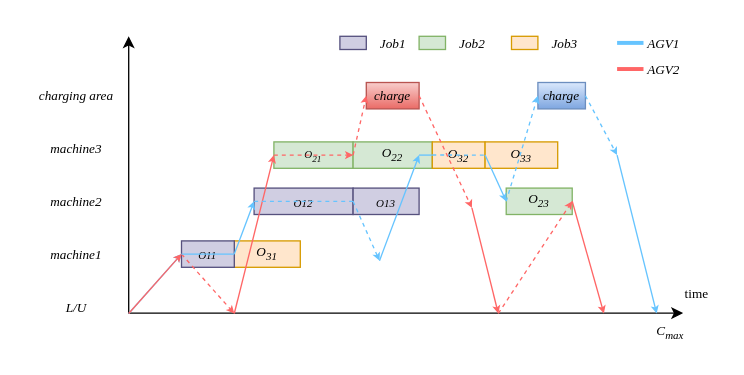
Before: gante.drawio in aslongaslihappy/algorithm, a draw.io diagram. Source tidied: cells renumbered, new cells numbered last; positions are measured from the earlier drawing's top-left corner, leaving out a move shared by most shapes. Both pictures are drawn from the tidied source at 132%, with x=0, y=0 at pixel (22, 22).
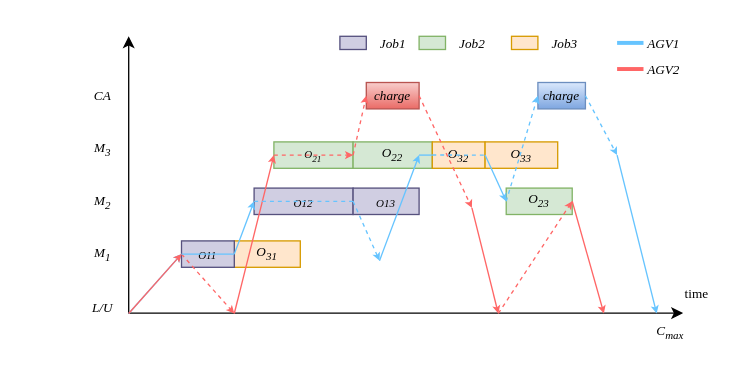
After the change.

Diff of the diagram source:
```diff
@@
     <mxCell id="4" value="&lt;font style=&quot;font-size: 10px;&quot; face=&quot;Times New Roman&quot;&gt;&lt;i&gt;L/U&lt;/i&gt;&lt;/font&gt;" style="text;html=1;align=center;verticalAlign=middle;strokeColor=none;fillColor=none;" parent="1" vertex="1">
-      <mxGeometry x="20" y="200" width="40" height="30" as="geometry" />
+      <mxGeometry x="40" y="200" width="40" height="30" as="geometry" />
     </mxCell>
-    <mxCell id="5" value="&lt;i style=&quot;font-family: &amp;quot;Times New Roman&amp;quot;; font-size: 10px;&quot;&gt;machine1&lt;/i&gt;" style="text;html=1;align=center;verticalAlign=middle;strokeColor=none;fillColor=none;" parent="1" vertex="1">
-      <mxGeometry x="10" y="160" width="60" height="30" as="geometry" />
+    <mxCell id="5" value="&lt;i style=&quot;font-family: &amp;quot;Times New Roman&amp;quot;; font-size: 10px;&quot;&gt;M&lt;sub&gt;1&lt;/sub&gt;&lt;/i&gt;" style="text;html=1;align=center;verticalAlign=middle;strokeColor=none;fillColor=none;" parent="1" vertex="1">
+      <mxGeometry x="40" y="160" width="40" height="30" as="geometry" />
     </mxCell>
-    <mxCell id="6" value="&lt;i style=&quot;font-family: &amp;quot;Times New Roman&amp;quot;; font-size: 10px;&quot;&gt;machine2&lt;/i&gt;" style="text;html=1;align=center;verticalAlign=middle;strokeColor=none;fillColor=none;" parent="1" vertex="1">
-      <mxGeometry x="10" y="120" width="60" height="30" as="geometry" />
+    <mxCell id="6" value="&lt;i style=&quot;font-family: &amp;quot;Times New Roman&amp;quot;; font-size: 10px;&quot;&gt;M&lt;sub&gt;2&lt;/sub&gt;&lt;/i&gt;" style="text;html=1;align=center;verticalAlign=middle;strokeColor=none;fillColor=none;" parent="1" vertex="1">
+      <mxGeometry x="40" y="120" width="40" height="30" as="geometry" />
     </mxCell>
-    <mxCell id="7" value="&lt;font face=&quot;Times New Roman&quot;&gt;&lt;span style=&quot;font-size: 10px;&quot;&gt;&lt;i&gt;charging area&lt;/i&gt;&lt;/span&gt;&lt;/font&gt;" style="text;html=1;align=center;verticalAlign=middle;strokeColor=none;fillColor=none;" parent="1" vertex="1">
-      <mxGeometry y="40" width="80" height="30" as="geometry" />
+    <mxCell id="7" value="&lt;font face=&quot;Times New Roman&quot;&gt;&lt;span style=&quot;font-size: 10px;&quot;&gt;&lt;i&gt;CA&lt;/i&gt;&lt;/span&gt;&lt;/font&gt;" style="text;html=1;align=center;verticalAlign=middle;strokeColor=none;fillColor=none;" parent="1" vertex="1">
+      <mxGeometry x="40" y="40" width="40" height="30" as="geometry" />
     </mxCell>
@@
-    <mxCell id="33" value="&lt;i style=&quot;font-family: &amp;quot;Times New Roman&amp;quot;; font-size: 10px;&quot;&gt;machine3&lt;/i&gt;" style="text;html=1;align=center;verticalAlign=middle;strokeColor=none;fillColor=none;" parent="1" vertex="1">
-      <mxGeometry x="10" y="80" width="60" height="30" as="geometry" />
+    <mxCell id="33" value="&lt;i style=&quot;font-family: &amp;quot;Times New Roman&amp;quot;; font-size: 10px;&quot;&gt;M&lt;sub&gt;3&lt;/sub&gt;&lt;/i&gt;" style="text;html=1;align=center;verticalAlign=middle;strokeColor=none;fillColor=none;" parent="1" vertex="1">
+      <mxGeometry x="40" y="80" width="40" height="30" as="geometry" />
     </mxCell>
```
